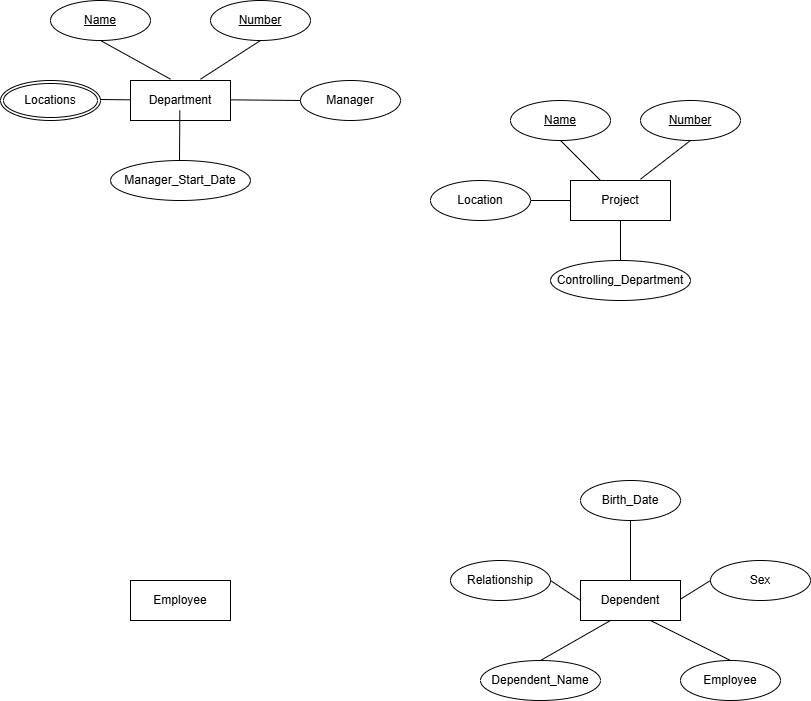
This is CS420_Quiz4.png from Jhkpop/CS420_Quiz4.1, a draw.io export, as it was before one commit. Source tidied: cells renumbered, new cells last; positions are measured from the earlier drawing's top-left corner, leaving out a move shared by most shapes.
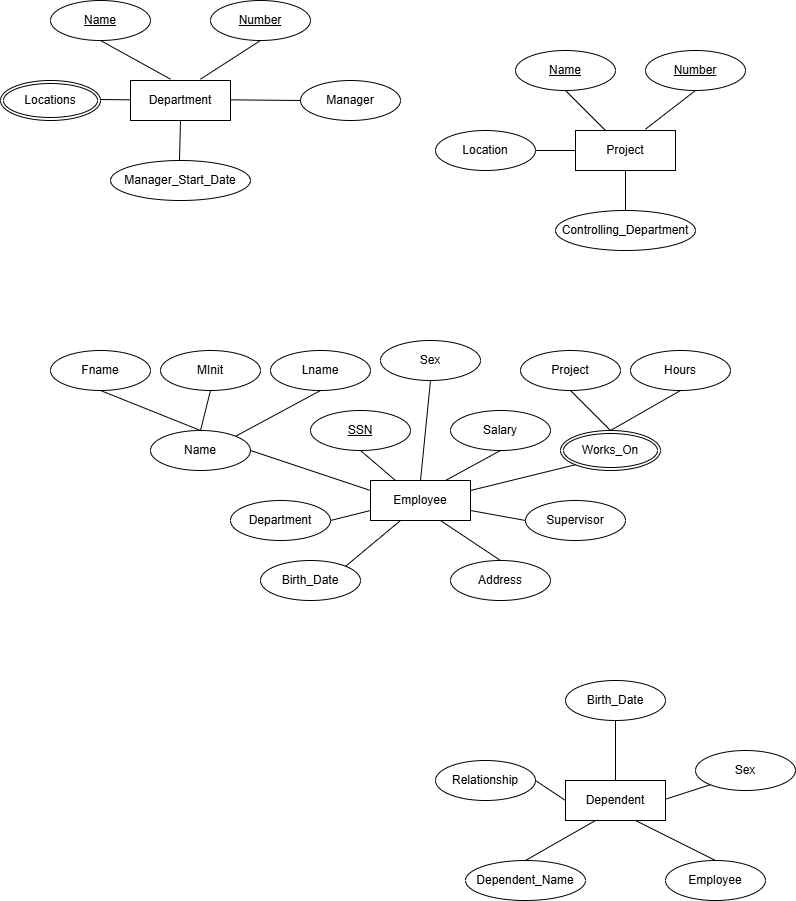
Later version of the same file.

The edit, as a diff of the source:
```diff
@@ -3,57 +3,56 @@
     <mxCell id="0" />
     <mxCell id="1" parent="0" />
     <mxCell id="2" value="Department" style="whiteSpace=wrap;html=1;align=center;" parent="1" vertex="1">
-      <mxGeometry x="130" y="80" width="100" height="40" as="geometry" />
+      <mxGeometry x="125" y="130" width="100" height="40" as="geometry" />
     </mxCell>
     <mxCell id="3" value="Employee" style="whiteSpace=wrap;html=1;align=center;" parent="1" vertex="1">
-      <mxGeometry x="130" y="580" width="100" height="40" as="geometry" />
+      <mxGeometry x="365" y="530" width="100" height="40" as="geometry" />
     </mxCell>
     <mxCell id="4" value="Project" style="whiteSpace=wrap;html=1;align=center;" parent="1" vertex="1">
       <mxGeometry x="570" y="180" width="100" height="40" as="geometry" />
     </mxCell>
     <mxCell id="5" value="Dependent" style="whiteSpace=wrap;html=1;align=center;" parent="1" vertex="1">
-      <mxGeometry x="580" y="580" width="100" height="40" as="geometry" />
+      <mxGeometry x="560" y="830" width="100" height="40" as="geometry" />
     </mxCell>
     <mxCell id="6" value="Manager_Start_Date" style="ellipse;whiteSpace=wrap;html=1;align=center;" parent="1" vertex="1">
-      <mxGeometry x="110" y="160" width="140" height="40" as="geometry" />
+      <mxGeometry x="105" y="210" width="140" height="40" as="geometry" />
     </mxCell>
     <mxCell id="7" value="Manager" style="ellipse;whiteSpace=wrap;html=1;align=center;" parent="1" vertex="1">
-      <mxGeometry x="300" y="80" width="100" height="40" as="geometry" />
+      <mxGeometry x="295" y="130" width="100" height="40" as="geometry" />
     </mxCell>
     <mxCell id="8" style="endArrow=none;html=1;rounded=0;entryX=0;entryY=0.5;entryDx=0;entryDy=0;" parent="1" edge="1" target="7">
       <mxGeometry relative="1" as="geometry">
-        <mxPoint x="230" y="99.3" as="sourcePoint" />
+        <mxPoint x="225" y="149.3" as="sourcePoint" />
       </mxGeometry>
     </mxCell>
-    <mxCell id="9" style="endArrow=none;html=1;rounded=0;" parent="1" edge="1">
+    <mxCell id="9" style="endArrow=none;html=1;rounded=0;exitX=0.5;exitY=1;exitDx=0;exitDy=0;" parent="1" edge="1" source="2">
       <mxGeometry relative="1" as="geometry">
-        <mxPoint x="179.3" y="110" as="sourcePoint" />
-        <mxPoint x="179" y="160" as="targetPoint" />
+        <mxPoint x="174" y="210" as="targetPoint" />
       </mxGeometry>
     </mxCell>
     <mxCell id="10" value="Locations" style="ellipse;shape=doubleEllipse;margin=3;whiteSpace=wrap;html=1;align=center;" parent="1" vertex="1">
-      <mxGeometry y="80" width="100" height="40" as="geometry" />
+      <mxGeometry x="-5" y="130" width="100" height="40" as="geometry" />
     </mxCell>
     <mxCell id="11" style="endArrow=none;html=1;rounded=0;" parent="1" edge="1">
       <mxGeometry relative="1" as="geometry">
-        <mxPoint x="100" y="99" as="sourcePoint" />
-        <mxPoint x="130" y="99.3" as="targetPoint" />
+        <mxPoint x="95" y="149" as="sourcePoint" />
+        <mxPoint x="125" y="149.3" as="targetPoint" />
       </mxGeometry>
     </mxCell>
     <mxCell id="12" value="Number" style="ellipse;whiteSpace=wrap;html=1;align=center;fontStyle=4;" parent="1" vertex="1">
-      <mxGeometry x="210" width="100" height="40" as="geometry" />
+      <mxGeometry x="205" y="50" width="100" height="40" as="geometry" />
     </mxCell>
     <mxCell id="13" value="Name" style="ellipse;whiteSpace=wrap;html=1;align=center;fontStyle=4;" parent="1" vertex="1">
-      <mxGeometry x="50" width="100" height="40" as="geometry" />
+      <mxGeometry x="45" y="50" width="100" height="40" as="geometry" />
     </mxCell>
     <mxCell id="14" style="endArrow=none;html=1;rounded=0;exitX=0.5;exitY=1;exitDx=0;exitDy=0;" parent="1" edge="1" source="13">
       <mxGeometry relative="1" as="geometry">
-        <mxPoint x="170" y="78.7" as="targetPoint" />
+        <mxPoint x="165" y="128.7" as="targetPoint" />
       </mxGeometry>
     </mxCell>
     <mxCell id="15" style="endArrow=none;html=1;rounded=0;entryX=0.5;entryY=1;entryDx=0;entryDy=0;" parent="1" edge="1" target="12">
       <mxGeometry relative="1" as="geometry">
-        <mxPoint x="200" y="78.7" as="sourcePoint" />
+        <mxPoint x="195" y="128.7" as="sourcePoint" />
       </mxGeometry>
     </mxCell>
     <mxCell id="16" value="Name" style="ellipse;whiteSpace=wrap;html=1;align=center;fontStyle=4;" parent="1" vertex="1">
@@ -85,42 +84,134 @@
       <mxGeometry relative="1" as="geometry" />
     </mxCell>
     <mxCell id="24" value="Sex" style="ellipse;whiteSpace=wrap;html=1;align=center;" parent="1" vertex="1">
-      <mxGeometry x="710" y="560" width="100" height="40" as="geometry" />
+      <mxGeometry x="690" y="800" width="100" height="40" as="geometry" />
     </mxCell>
     <mxCell id="25" value="Relationship" style="ellipse;whiteSpace=wrap;html=1;align=center;" parent="1" vertex="1">
-      <mxGeometry x="450" y="560" width="100" height="40" as="geometry" />
+      <mxGeometry x="430" y="810" width="100" height="40" as="geometry" />
     </mxCell>
     <mxCell id="26" value="Birth_Date" style="ellipse;whiteSpace=wrap;html=1;align=center;" parent="1" vertex="1">
-      <mxGeometry x="580" y="480" width="100" height="40" as="geometry" />
+      <mxGeometry x="560" y="730" width="100" height="40" as="geometry" />
     </mxCell>
     <mxCell id="27" value="Dependent_Name" style="ellipse;whiteSpace=wrap;html=1;align=center;" parent="1" vertex="1">
-      <mxGeometry x="480" y="660" width="120" height="40" as="geometry" />
+      <mxGeometry x="460" y="910" width="120" height="40" as="geometry" />
     </mxCell>
     <mxCell id="28" value="Employee" style="ellipse;whiteSpace=wrap;html=1;align=center;" parent="1" vertex="1">
-      <mxGeometry x="680" y="660" width="100" height="40" as="geometry" />
+      <mxGeometry x="660" y="910" width="100" height="40" as="geometry" />
     </mxCell>
     <mxCell id="29" style="endArrow=none;html=1;rounded=0;exitX=1;exitY=0.5;exitDx=0;exitDy=0;" parent="1" edge="1" source="25">
       <mxGeometry relative="1" as="geometry">
-        <mxPoint x="580" y="600" as="targetPoint" />
+        <mxPoint x="560" y="850" as="targetPoint" />
       </mxGeometry>
     </mxCell>
     <mxCell id="30" style="endArrow=none;html=1;rounded=0;exitX=0.5;exitY=0;exitDx=0;exitDy=0;" parent="1" edge="1" source="27">
       <mxGeometry relative="1" as="geometry">
-        <mxPoint x="610" y="620" as="targetPoint" />
+        <mxPoint x="590" y="870" as="targetPoint" />
       </mxGeometry>
     </mxCell>
     <mxCell id="31" style="endArrow=none;html=1;rounded=0;entryX=0.5;entryY=0;entryDx=0;entryDy=0;" parent="1" edge="1" target="28">
       <mxGeometry relative="1" as="geometry">
-        <mxPoint x="650" y="620" as="sourcePoint" />
+        <mxPoint x="630" y="870" as="sourcePoint" />
       </mxGeometry>
     </mxCell>
-    <mxCell id="32" style="endArrow=none;html=1;rounded=0;entryX=0;entryY=0.5;entryDx=0;entryDy=0;" parent="1" edge="1" target="24">
+    <mxCell id="32" style="endArrow=none;html=1;rounded=0;entryX=0;entryY=1;entryDx=0;entryDy=0;" parent="1" edge="1" target="24">
       <mxGeometry relative="1" as="geometry">
-        <mxPoint x="680" y="598.7" as="sourcePoint" />
+        <mxPoint x="660" y="848.7" as="sourcePoint" />
       </mxGeometry>
     </mxCell>
     <mxCell id="33" style="endArrow=none;html=1;rounded=0;exitX=0.5;exitY=1;exitDx=0;exitDy=0;entryX=0.5;entryY=0;entryDx=0;entryDy=0;" parent="1" edge="1" source="26" target="5">
       <mxGeometry relative="1" as="geometry" />
     </mxCell>
+    <mxCell id="34" value="Department" style="ellipse;whiteSpace=wrap;html=1;align=center;" parent="1" vertex="1">
+      <mxGeometry x="225" y="550" width="100" height="40" as="geometry" />
+    </mxCell>
+    <mxCell id="35" value="Birth_Date" style="ellipse;whiteSpace=wrap;html=1;align=center;" parent="1" vertex="1">
+      <mxGeometry x="255" y="610" width="100" height="40" as="geometry" />
+    </mxCell>
+    <mxCell id="36" value="Supervisor" style="ellipse;whiteSpace=wrap;html=1;align=center;" parent="1" vertex="1">
+      <mxGeometry x="520" y="550" width="100" height="40" as="geometry" />
+    </mxCell>
+    <mxCell id="37" value="Address" style="ellipse;whiteSpace=wrap;html=1;align=center;" parent="1" vertex="1">
+      <mxGeometry x="445" y="610" width="100" height="40" as="geometry" />
+    </mxCell>
+    <mxCell id="38" value="SSN" style="ellipse;whiteSpace=wrap;html=1;align=center;fontStyle=4;" parent="1" vertex="1">
+      <mxGeometry x="305" y="460" width="100" height="40" as="geometry" />
+    </mxCell>
+    <mxCell id="39" value="Sex" style="ellipse;whiteSpace=wrap;html=1;align=center;" parent="1" vertex="1">
+      <mxGeometry x="375" y="390" width="100" height="40" as="geometry" />
+    </mxCell>
+    <mxCell id="40" value="Salary" style="ellipse;whiteSpace=wrap;html=1;align=center;" parent="1" vertex="1">
+      <mxGeometry x="445" y="460" width="100" height="40" as="geometry" />
+    </mxCell>
+    <mxCell id="41" value="Works_On" style="ellipse;shape=doubleEllipse;margin=3;whiteSpace=wrap;html=1;align=center;" parent="1" vertex="1">
+      <mxGeometry x="555" y="480" width="100" height="40" as="geometry" />
+    </mxCell>
+    <mxCell id="42" value="Hours" style="ellipse;whiteSpace=wrap;html=1;align=center;" parent="1" vertex="1">
+      <mxGeometry x="625" y="400" width="100" height="40" as="geometry" />
+    </mxCell>
+    <mxCell id="43" value="Project" style="ellipse;whiteSpace=wrap;html=1;align=center;" parent="1" vertex="1">
+      <mxGeometry x="515" y="400" width="100" height="40" as="geometry" />
+    </mxCell>
+    <mxCell id="44" value="Name" style="ellipse;whiteSpace=wrap;html=1;align=center;" parent="1" vertex="1">
+      <mxGeometry x="145" y="480" width="100" height="40" as="geometry" />
+    </mxCell>
+    <mxCell id="45" value="Lname" style="ellipse;whiteSpace=wrap;html=1;align=center;" parent="1" vertex="1">
+      <mxGeometry x="265" y="400" width="100" height="40" as="geometry" />
+    </mxCell>
+    <mxCell id="46" value="MInit" style="ellipse;whiteSpace=wrap;html=1;align=center;" parent="1" vertex="1">
+      <mxGeometry x="155" y="400" width="100" height="40" as="geometry" />
+    </mxCell>
+    <mxCell id="47" value="Fname" style="ellipse;whiteSpace=wrap;html=1;align=center;" parent="1" vertex="1">
+      <mxGeometry x="45" y="400" width="100" height="40" as="geometry" />
+    </mxCell>
+    <mxCell id="48" style="endArrow=none;html=1;rounded=0;exitX=1;exitY=0;exitDx=0;exitDy=0;" parent="1" edge="1" source="35">
+      <mxGeometry relative="1" as="geometry">
+        <mxPoint x="395" y="570" as="targetPoint" />
+      </mxGeometry>
+    </mxCell>
+    <mxCell id="49" style="endArrow=none;html=1;rounded=0;entryX=0.5;entryY=0;entryDx=0;entryDy=0;" parent="1" edge="1" target="37">
+      <mxGeometry relative="1" as="geometry">
+        <mxPoint x="435" y="570" as="sourcePoint" />
+      </mxGeometry>
+    </mxCell>
+    <mxCell id="50" style="endArrow=none;html=1;rounded=0;entryX=0;entryY=0.5;entryDx=0;entryDy=0;" parent="1" edge="1" target="36">
+      <mxGeometry relative="1" as="geometry">
+        <mxPoint x="465" y="560" as="sourcePoint" />
+      </mxGeometry>
+    </mxCell>
+    <mxCell id="51" style="endArrow=none;html=1;rounded=0;entryX=0;entryY=1;entryDx=0;entryDy=0;" parent="1" edge="1" target="41">
+      <mxGeometry relative="1" as="geometry">
+        <mxPoint x="465" y="540" as="sourcePoint" />
+      </mxGeometry>
+    </mxCell>
+    <mxCell id="52" style="endArrow=none;html=1;rounded=0;entryX=0.5;entryY=0;entryDx=0;entryDy=0;exitX=0.5;exitY=1;exitDx=0;exitDy=0;" parent="1" edge="1" source="43" target="41">
+      <mxGeometry relative="1" as="geometry" />
+    </mxCell>
+    <mxCell id="53" style="endArrow=none;html=1;rounded=0;exitX=0.5;exitY=0;exitDx=0;exitDy=0;entryX=0.5;entryY=1;entryDx=0;entryDy=0;" parent="1" edge="1" source="41" target="42">
+      <mxGeometry relative="1" as="geometry" />
+    </mxCell>
+    <mxCell id="54" style="endArrow=none;html=1;rounded=0;exitX=0.75;exitY=0;exitDx=0;exitDy=0;entryX=0.5;entryY=1;entryDx=0;entryDy=0;" parent="1" edge="1" source="3" target="40">
+      <mxGeometry relative="1" as="geometry" />
+    </mxCell>
+    <mxCell id="55" style="endArrow=none;html=1;rounded=0;exitX=0.25;exitY=0;exitDx=0;exitDy=0;entryX=0.5;entryY=1;entryDx=0;entryDy=0;" parent="1" edge="1" source="3" target="38">
+      <mxGeometry relative="1" as="geometry" />
+    </mxCell>
+    <mxCell id="56" style="endArrow=none;html=1;rounded=0;exitX=0.5;exitY=0;exitDx=0;exitDy=0;entryX=0.5;entryY=1;entryDx=0;entryDy=0;" parent="1" edge="1" source="3" target="39">
+      <mxGeometry relative="1" as="geometry" />
+    </mxCell>
+    <mxCell id="57" style="endArrow=none;html=1;rounded=0;entryX=0;entryY=0.25;entryDx=0;entryDy=0;exitX=1;exitY=0.5;exitDx=0;exitDy=0;" parent="1" edge="1" source="44" target="3">
+      <mxGeometry relative="1" as="geometry" />
+    </mxCell>
+    <mxCell id="58" style="endArrow=none;html=1;rounded=0;exitX=0.5;exitY=0;exitDx=0;exitDy=0;entryX=0.5;entryY=1;entryDx=0;entryDy=0;" parent="1" edge="1" source="44" target="47">
+      <mxGeometry relative="1" as="geometry" />
+    </mxCell>
+    <mxCell id="59" style="endArrow=none;html=1;rounded=0;exitX=0.5;exitY=0;exitDx=0;exitDy=0;entryX=0.5;entryY=1;entryDx=0;entryDy=0;" parent="1" edge="1" source="44" target="46">
+      <mxGeometry relative="1" as="geometry" />
+    </mxCell>
+    <mxCell id="60" style="endArrow=none;html=1;rounded=0;exitX=1;exitY=0;exitDx=0;exitDy=0;entryX=0.5;entryY=1;entryDx=0;entryDy=0;" parent="1" edge="1" source="44" target="45">
+      <mxGeometry relative="1" as="geometry" />
+    </mxCell>
+    <mxCell id="61" style="endArrow=none;html=1;rounded=0;exitX=1;exitY=0.5;exitDx=0;exitDy=0;entryX=0;entryY=0.75;entryDx=0;entryDy=0;" parent="1" edge="1" source="34" target="3">
+      <mxGeometry relative="1" as="geometry" />
+    </mxCell>
   </root>
 </mxGraphModel>
```
